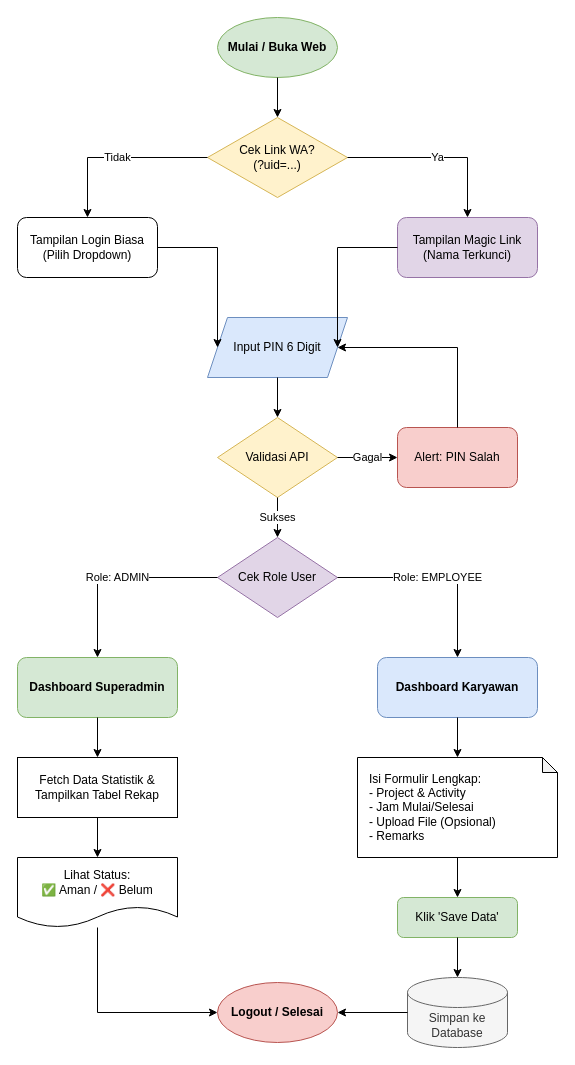
Before: FlowTokki.drawio in Eara032/drawio, a draw.io diagram. Source tidied: cells renumbered, new cells numbered last; positions are measured from the earlier drawing's top-left corner, leaving out a move shared by most shapes. Both pictures are drawn from the tidied source at 100%, with x=0, y=0 at pixel (17, 17).
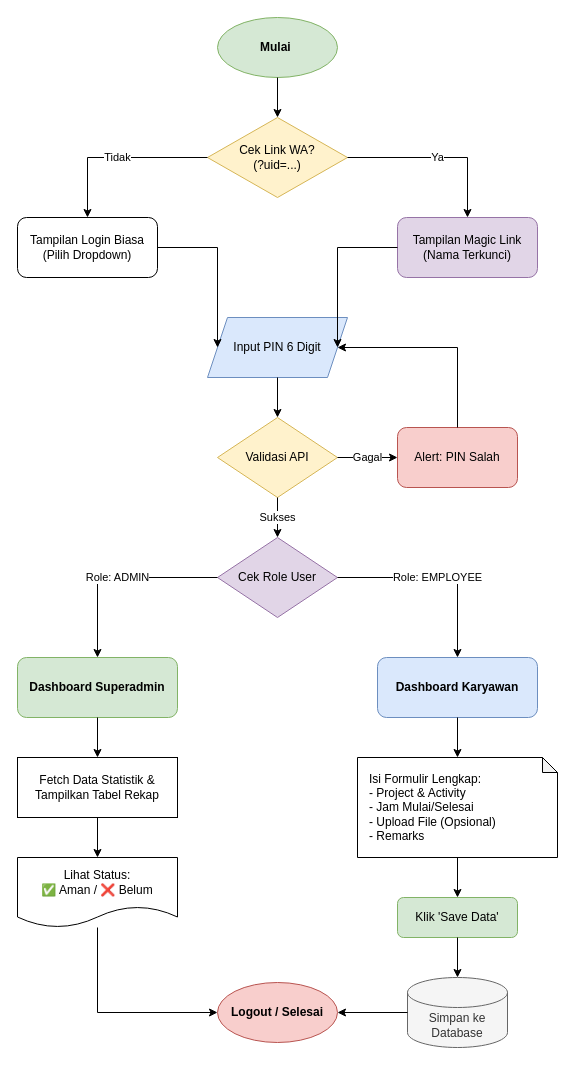
After the change.

Diff of the diagram source:
```diff
@@
-    <mxCell id="2" value="Mulai / Buka Web" style="ellipse;whiteSpace=wrap;html=1;fillColor=#d5e8d4;strokeColor=#82b366;fontStyle=1;" parent="1" vertex="1">
+    <mxCell id="2" value="Mulai&amp;nbsp;" style="ellipse;whiteSpace=wrap;html=1;fillColor=#d5e8d4;strokeColor=#82b366;fontStyle=1;" parent="1" vertex="1">
       <mxGeometry x="200" width="120" height="60" as="geometry" />
     </mxCell>
```
